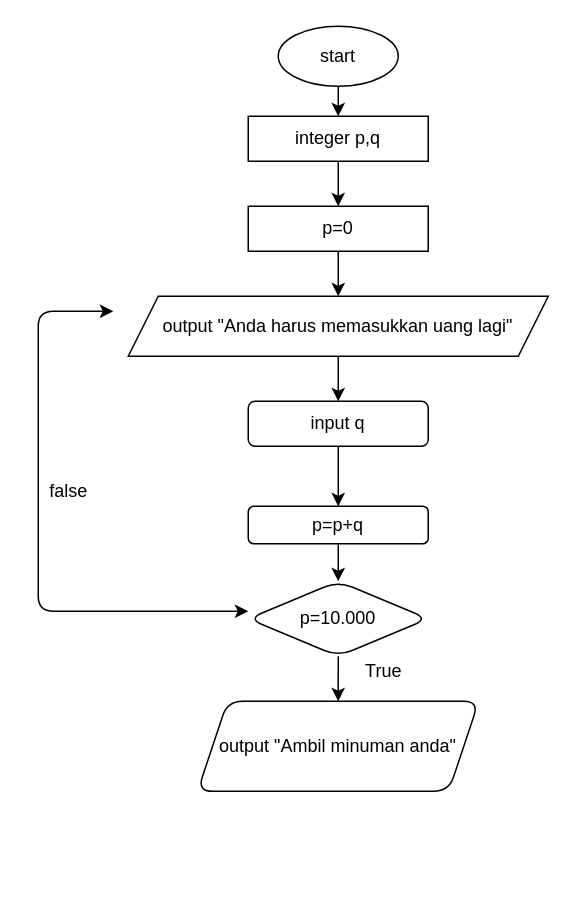
This is flowchart.drawio from maulliidda/Maulida-FP11, a draw.io file, before an edit. Source tidied: cells renumbered, new cells numbered last; positions are measured from the earlier drawing's top-left corner, leaving out a move shared by most shapes. Both pictures are drawn from the tidied source at 150%, with x=0, y=0 at pixel (38, 26).
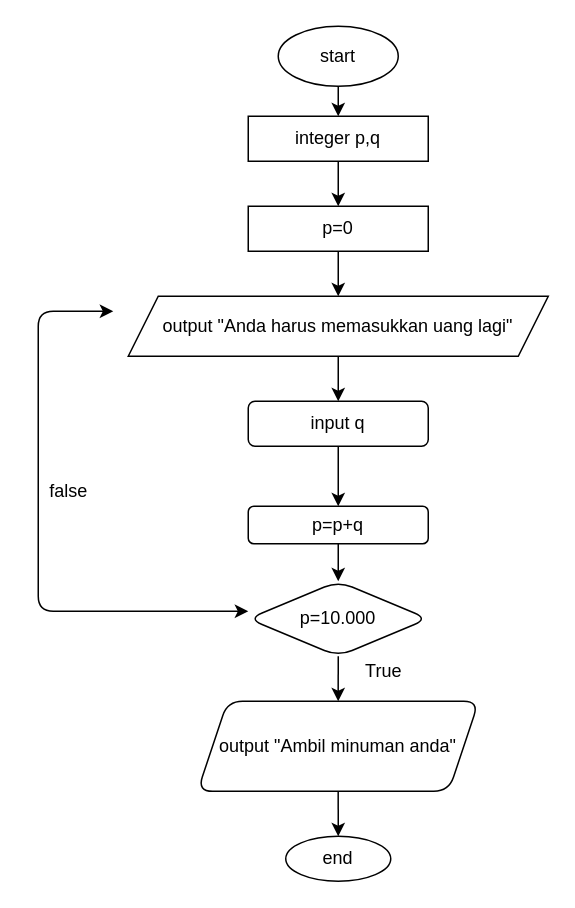
Above is the later version.

Commit message:
flowchart end and user can take water

The change refers to these unchanged cells:
```xml
<mxCell id="16" value="output &quot;Ambil minuman anda&quot;" style="shape=parallelogram;perimeter=parallelogramPerimeter;whiteSpace=wrap;html=1;fixedSize=1;rounded=1;" parent="1" vertex="1">
  <mxGeometry x="106.2" y="450" width="187.5" height="60" as="geometry" />
</mxCell>
```

The edit, as a diff of the source:
```diff
@@
+    <mxCell id="20" style="edgeStyle=none;html=1;" parent="1" edge="1" source="16" target="21">
+      <mxGeometry relative="1" as="geometry" />
+    </mxCell>
@@
+    <mxCell id="21" value="end" style="ellipse;whiteSpace=wrap;html=1;rounded=1;" parent="1" vertex="1">
+      <mxGeometry x="165" y="540" width="70" height="30" as="geometry" />
+    </mxCell>
```
